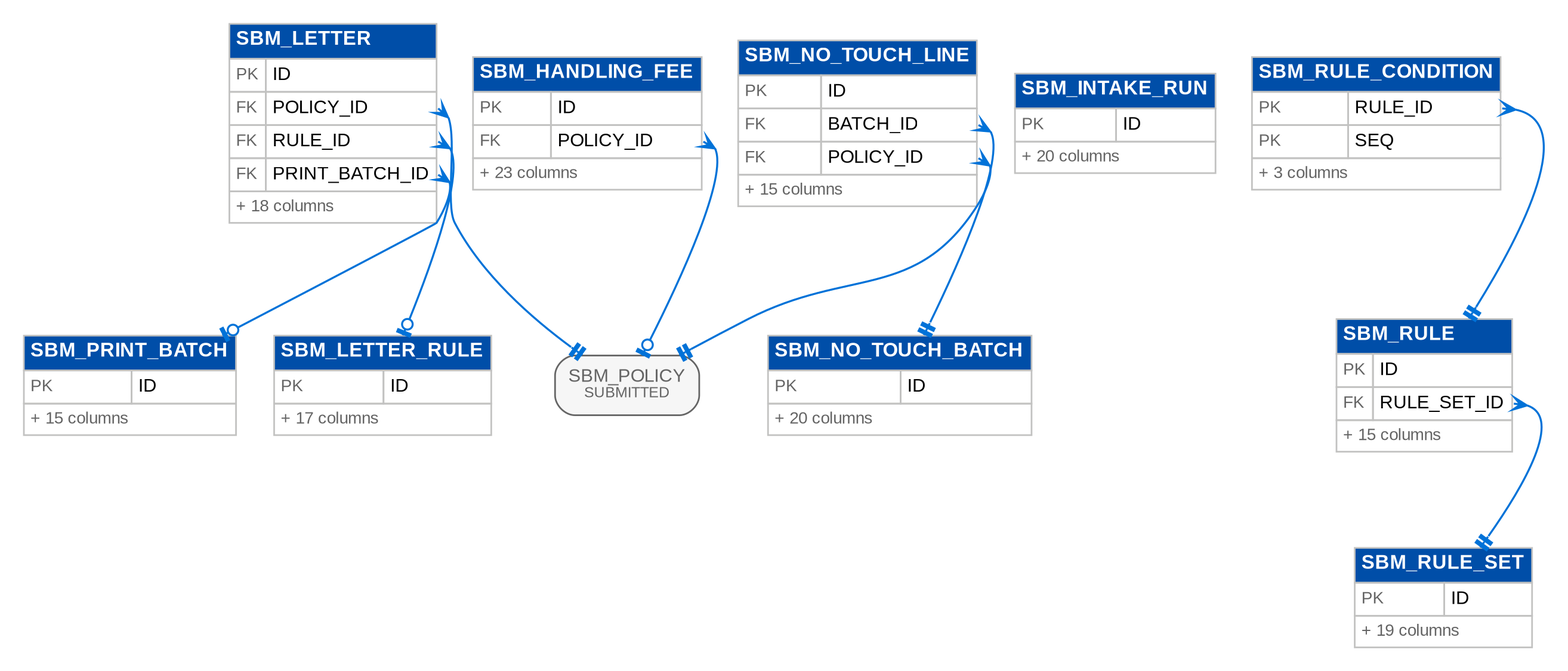
IortaTexhNXT-DEV/FinVerse keeps this Graphviz diagram as docs/deliverables/src/programme/security_data/figures/erd/d16_submitted_2.png. Above is the earlier version. Its source is kept beside it as docs/deliverables/src/programme/security_data/figures/erd/d16_submitted_2.dot.
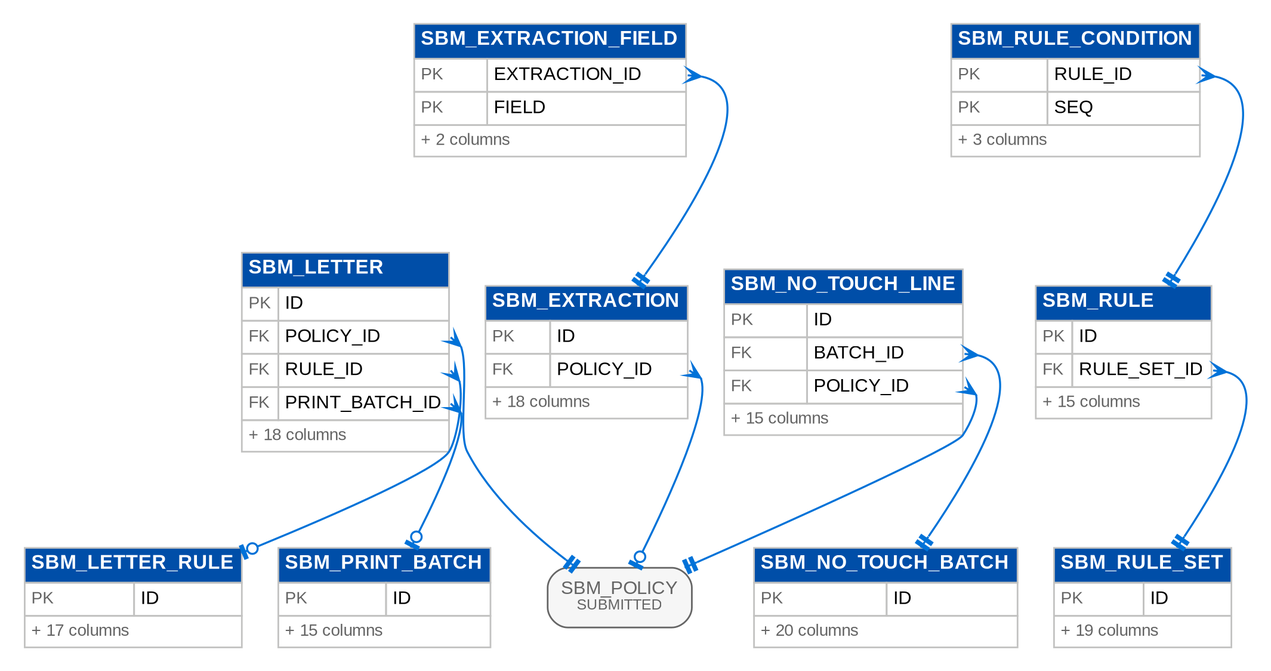
The same diagram one commit later.

What changed in the source:
```diff
@@ -2,8 +2,8 @@
   graph [rankdir=TB, fontname="Arial", nodesep=0.3, ranksep=0.8, pad=0.2, bgcolor="white"];
   node [shape=plain, fontname="Arial"];
   edge [color="@CTA_BLUE", arrowsize=0.8, penwidth=1.2, dir=both];
-  "sbm_handling_fee" [label=<<table border="0" cellborder="1" cellspacing="0" cellpadding="3" color="@BORDER"><tr><td bgcolor="@HEADER_BLUE" align="left" colspan="2"><font color="@WHITE" point-size="12"><b>SBM_HANDLING_FEE</b></font></td></tr><tr><td align="left"><font point-size="10" color="@MUTED">PK</font></td><td align="left" port="id"><font point-size="11">ID</font></td></tr><tr><td align="left"><font point-size="10" color="@MUTED">FK</font></td><td align="left" port="policy_id"><font point-size="11">POLICY_ID</font></td></tr><tr><td colspan="2" align="left"><font point-size="10" color="@MUTED">+ 23 columns</font></td></tr></table>>];
-  "sbm_intake_run" [label=<<table border="0" cellborder="1" cellspacing="0" cellpadding="3" color="@BORDER"><tr><td bgcolor="@HEADER_BLUE" align="left" colspan="2"><font color="@WHITE" point-size="12"><b>SBM_INTAKE_RUN</b></font></td></tr><tr><td align="left"><font point-size="10" color="@MUTED">PK</font></td><td align="left" port="id"><font point-size="11">ID</font></td></tr><tr><td colspan="2" align="left"><font point-size="10" color="@MUTED">+ 20 columns</font></td></tr></table>>];
+  "sbm_extraction" [label=<<table border="0" cellborder="1" cellspacing="0" cellpadding="3" color="@BORDER"><tr><td bgcolor="@HEADER_BLUE" align="left" colspan="2"><font color="@WHITE" point-size="12"><b>SBM_EXTRACTION</b></font></td></tr><tr><td align="left"><font point-size="10" color="@MUTED">PK</font></td><td align="left" port="id"><font point-size="11">ID</font></td></tr><tr><td align="left"><font point-size="10" color="@MUTED">FK</font></td><td align="left" port="policy_id"><font point-size="11">POLICY_ID</font></td></tr><tr><td colspan="2" align="left"><font point-size="10" color="@MUTED">+ 18 columns</font></td></tr></table>>];
+  "sbm_extraction_field" [label=<<table border="0" cellborder="1" cellspacing="0" cellpadding="3" color="@BORDER"><tr><td bgcolor="@HEADER_BLUE" align="left" colspan="2"><font color="@WHITE" point-size="12"><b>SBM_EXTRACTION_FIELD</b></font></td></tr><tr><td align="left"><font point-size="10" color="@MUTED">PK</font></td><td align="left" port="extraction_id"><font point-size="11">EXTRACTION_ID</font></td></tr><tr><td align="left"><font point-size="10" color="@MUTED">PK</font></td><td align="left" port="field"><font point-size="11">FIELD</font></td></tr><tr><td colspan="2" align="left"><font point-size="10" color="@MUTED">+ 2 columns</font></td></tr></table>>];
   "sbm_letter" [label=<<table border="0" cellborder="1" cellspacing="0" cellpadding="3" color="@BORDER"><tr><td bgcolor="@HEADER_BLUE" align="left" colspan="2"><font color="@WHITE" point-size="12"><b>SBM_LETTER</b></font></td></tr><tr><td align="left"><font point-size="10" color="@MUTED">PK</font></td><td align="left" port="id"><font point-size="11">ID</font></td></tr><tr><td align="left"><font point-size="10" color="@MUTED">FK</font></td><td align="left" port="policy_id"><font point-size="11">POLICY_ID</font></td></tr><tr><td align="left"><font point-size="10" color="@MUTED">FK</font></td><td align="left" port="rule_id"><font point-size="11">RULE_ID</font></td></tr><tr><td align="left"><font point-size="10" color="@MUTED">FK</font></td><td align="left" port="print_batch_id"><font point-size="11">PRINT_BATCH_ID</font></td></tr><tr><td colspan="2" align="left"><font point-size="10" color="@MUTED">+ 18 columns</font></td></tr></table>>];
   "sbm_letter_rule" [label=<<table border="0" cellborder="1" cellspacing="0" cellpadding="3" color="@BORDER"><tr><td bgcolor="@HEADER_BLUE" align="left" colspan="2"><font color="@WHITE" point-size="12"><b>SBM_LETTER_RULE</b></font></td></tr><tr><td align="left"><font point-size="10" color="@MUTED">PK</font></td><td align="left" port="id"><font point-size="11">ID</font></td></tr><tr><td colspan="2" align="left"><font point-size="10" color="@MUTED">+ 17 columns</font></td></tr></table>>];
   "sbm_no_touch_batch" [label=<<table border="0" cellborder="1" cellspacing="0" cellpadding="3" color="@BORDER"><tr><td bgcolor="@HEADER_BLUE" align="left" colspan="2"><font color="@WHITE" point-size="12"><b>SBM_NO_TOUCH_BATCH</b></font></td></tr><tr><td align="left"><font point-size="10" color="@MUTED">PK</font></td><td align="left" port="id"><font point-size="11">ID</font></td></tr><tr><td colspan="2" align="left"><font point-size="10" color="@MUTED">+ 20 columns</font></td></tr></table>>];
@@ -13,7 +13,8 @@
   "sbm_rule_condition" [label=<<table border="0" cellborder="1" cellspacing="0" cellpadding="3" color="@BORDER"><tr><td bgcolor="@HEADER_BLUE" align="left" colspan="2"><font color="@WHITE" point-size="12"><b>SBM_RULE_CONDITION</b></font></td></tr><tr><td align="left"><font point-size="10" color="@MUTED">PK</font></td><td align="left" port="rule_id"><font point-size="11">RULE_ID</font></td></tr><tr><td align="left"><font point-size="10" color="@MUTED">PK</font></td><td align="left" port="seq"><font point-size="11">SEQ</font></td></tr><tr><td colspan="2" align="left"><font point-size="10" color="@MUTED">+ 3 columns</font></td></tr></table>>];
   "sbm_rule_set" [label=<<table border="0" cellborder="1" cellspacing="0" cellpadding="3" color="@BORDER"><tr><td bgcolor="@HEADER_BLUE" align="left" colspan="2"><font color="@WHITE" point-size="12"><b>SBM_RULE_SET</b></font></td></tr><tr><td align="left"><font point-size="10" color="@MUTED">PK</font></td><td align="left" port="id"><font point-size="11">ID</font></td></tr><tr><td colspan="2" align="left"><font point-size="10" color="@MUTED">+ 19 columns</font></td></tr></table>>];
   "sbm_policy" [shape=box, style="rounded,filled", fillcolor="@DIRTY_WHITE", color="@MUTED", fontsize=11, label=<<font color="@MUTED">SBM_POLICY<br/><font point-size="9">SUBMITTED</font></font>>];
-  "sbm_handling_fee":"policy_id" -> "sbm_policy" [arrowtail=crow, arrowhead=teeodot];
+  "sbm_extraction":"policy_id" -> "sbm_policy" [arrowtail=crow, arrowhead=teeodot];
+  "sbm_extraction_field":"extraction_id" -> "sbm_extraction" [arrowtail=crow, arrowhead=teetee];
   "sbm_letter":"policy_id" -> "sbm_policy" [arrowtail=crow, arrowhead=teetee];
   "sbm_letter":"print_batch_id" -> "sbm_print_batch" [arrowtail=crow, arrowhead=teeodot];
   "sbm_letter":"rule_id" -> "sbm_letter_rule" [arrowtail=crow, arrowhead=teeodot];
```
